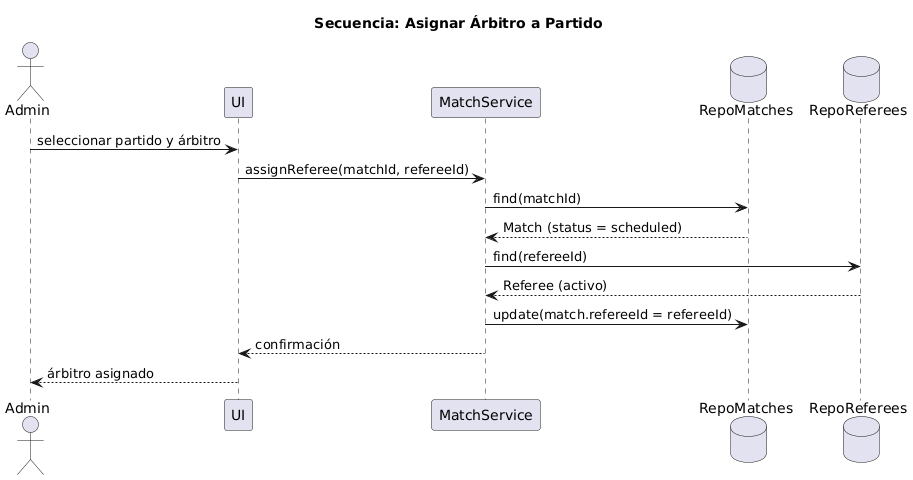
Cfabiola25/siget keeps this PlantUML diagram as modeling-and-docs/uml/export/sequence_assign_referee.png. Above is the earlier version. The source it was exported from:
```plantuml
@startuml
title Secuencia: Asignar Árbitro a Partido
actor Admin
participant UI
participant "MatchService" as S
database "RepoMatches" as RM
database "RepoReferees" as RR

Admin -> UI: seleccionar partido y árbitro
UI -> S: assignReferee(matchId, refereeId)
S -> RM: find(matchId)
RM --> S: Match (status = scheduled)
S -> RR: find(refereeId)
RR --> S: Referee (activo)
S -> RM: update(match.refereeId = refereeId)
S --> UI: confirmación
UI --> Admin: árbitro asignado
@enduml
```
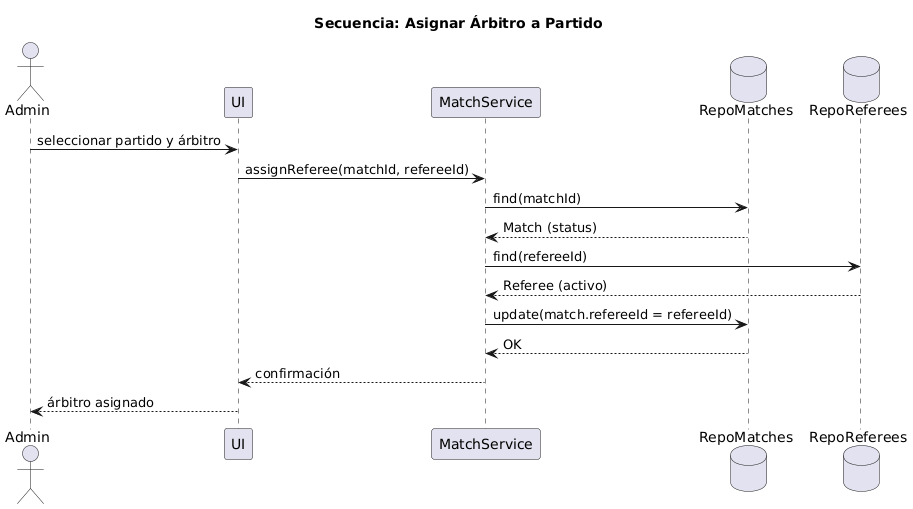
After the commit.

Diff of the diagram source:
```diff
@@ -1,18 +1,24 @@
 @startuml
 title Secuencia: Asignar Árbitro a Partido
+
 actor Admin
 participant UI
-participant "MatchService" as S
-database "RepoMatches" as RM
-database "RepoReferees" as RR
+participant MatchService
+database RepoMatches
+database RepoReferees
 
 Admin -> UI: seleccionar partido y árbitro
-UI -> S: assignReferee(matchId, refereeId)
-S -> RM: find(matchId)
-RM --> S: Match (status = scheduled)
-S -> RR: find(refereeId)
-RR --> S: Referee (activo)
-S -> RM: update(match.refereeId = refereeId)
-S --> UI: confirmación
+UI -> MatchService: assignReferee(matchId, refereeId)
+
+MatchService -> RepoMatches: find(matchId)
+RepoMatches --> MatchService: Match (status)
+
+MatchService -> RepoReferees: find(refereeId)
+RepoReferees --> MatchService: Referee (activo)
+
+MatchService -> RepoMatches: update(match.refereeId = refereeId)
+RepoMatches --> MatchService: OK
+
+MatchService --> UI: confirmación
 UI --> Admin: árbitro asignado
 @enduml
```
